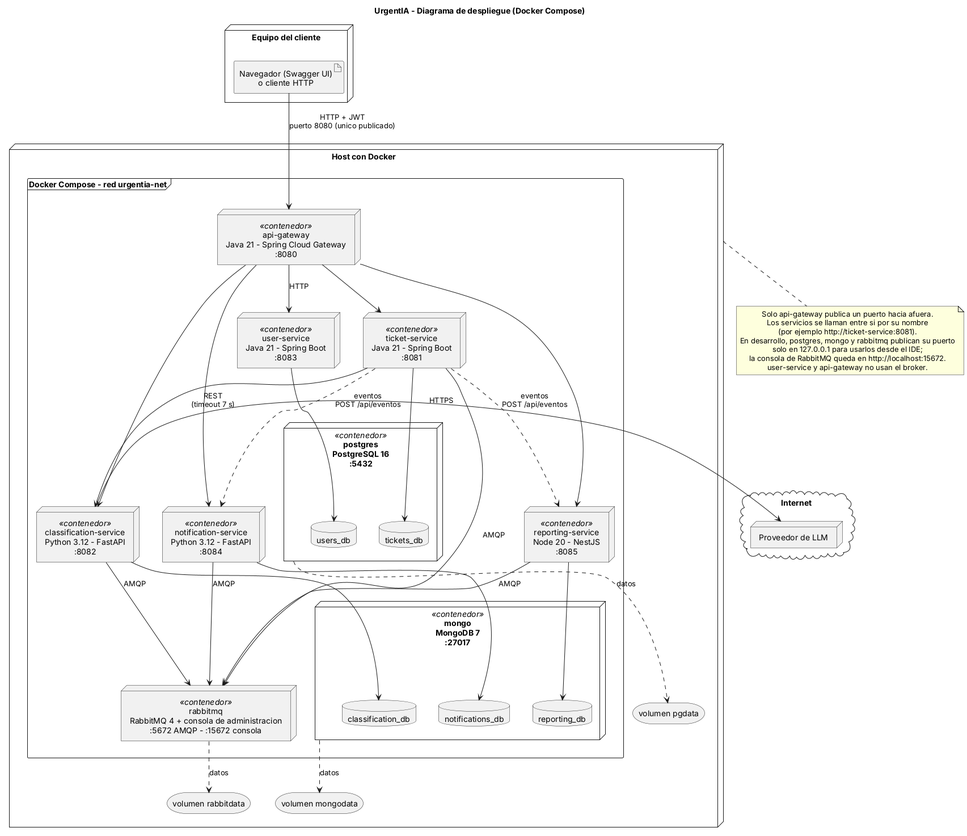
Earlier version of the PlantUML export docs/diagrams/despliegue.png (AVFare/DA2UrgentIABackend).
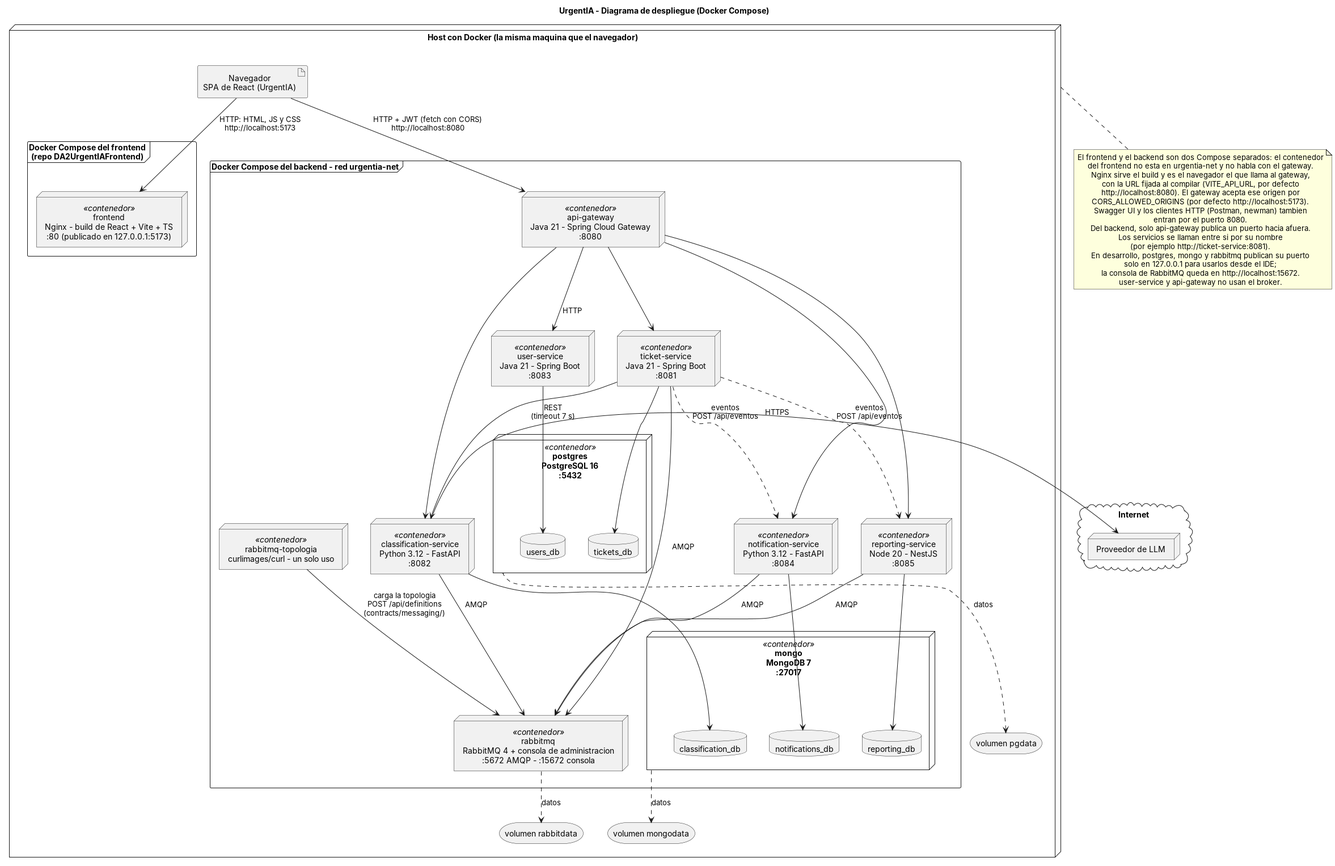
Above is the later version.

Commit message:
docs(diagramas): suma el frontend y la carga de la topología al diagrama de despliegue

Change to the diagram source:
```diff
@@ -6,16 +6,18 @@
 skinparam nodesep 40
 skinparam ranksep 55
 
-node "Equipo del cliente" as cliente {
-  artifact "Navegador (Swagger UI)\no cliente HTTP" as navegador
-}
-
 cloud "Internet" as internet {
   node "Proveedor de LLM" as llm
 }
 
-node "Host con Docker" as host {
-  frame "Docker Compose - red urgentia-net" as red {
+node "Host con Docker (la misma maquina que el navegador)" as host {
+  artifact "Navegador\nSPA de React (UrgentIA)" as navegador
+
+  frame "Docker Compose del frontend\n(repo DA2UrgentIAFrontend)" as composefront {
+    node "frontend\nNginx - build de React + Vite + TS\n:80 (publicado en 127.0.0.1:5173)" as fe <<contenedor>>
+  }
+
+  frame "Docker Compose del backend - red urgentia-net" as red {
 
     node "api-gateway\nJava 21 - Spring Cloud Gateway\n:8080" as gw <<contenedor>>
 
@@ -31,6 +33,7 @@
     }
 
     node "rabbitmq\nRabbitMQ 4 + consola de administracion\n:5672 AMQP - :15672 consola" as rmq <<contenedor>>
+    node "rabbitmq-topologia\ncurlimages/curl - un solo uso" as topo <<contenedor>>
 
     node "mongo\nMongoDB 7\n:27017" as mongo <<contenedor>> {
       database "classification_db" as classdb
@@ -46,7 +49,8 @@
 
 us -[hidden]right- ts
 
-navegador --> gw : HTTP + JWT\npuerto 8080 (unico publicado)
+navegador --> fe : HTTP: HTML, JS y CSS\nhttp://localhost:5173
+navegador --> gw : HTTP + JWT (fetch con CORS)\nhttp://localhost:8080
 
 gw --> us : HTTP
 gw --> ts
@@ -63,6 +67,8 @@
 ns --> rmq : AMQP
 rs --> rmq : AMQP
 
+topo --> rmq : carga la topologia\nPOST /api/definitions\n(contracts/messaging/)
+
 us --> usersdb
 ts --> ticketsdb
 cs --> classdb
@@ -76,7 +82,15 @@
 cs -right-> llm : HTTPS
 
 note bottom of host
-  Solo api-gateway publica un puerto hacia afuera.
+  El frontend y el backend son dos Compose separados: el contenedor
+  del frontend no esta en urgentia-net y no habla con el gateway.
+  Nginx sirve el build y es el navegador el que llama al gateway,
+  con la URL fijada al compilar (VITE_API_URL, por defecto
+  http://localhost:8080). El gateway acepta ese origen por
+  CORS_ALLOWED_ORIGINS (por defecto http://localhost:5173).
+  Swagger UI y los clientes HTTP (Postman, newman) tambien
+  entran por el puerto 8080.
+  Del backend, solo api-gateway publica un puerto hacia afuera.
   Los servicios se llaman entre si por su nombre
   (por ejemplo http://ticket-service:8081).
   En desarrollo, postgres, mongo y rabbitmq publican su puerto
```
